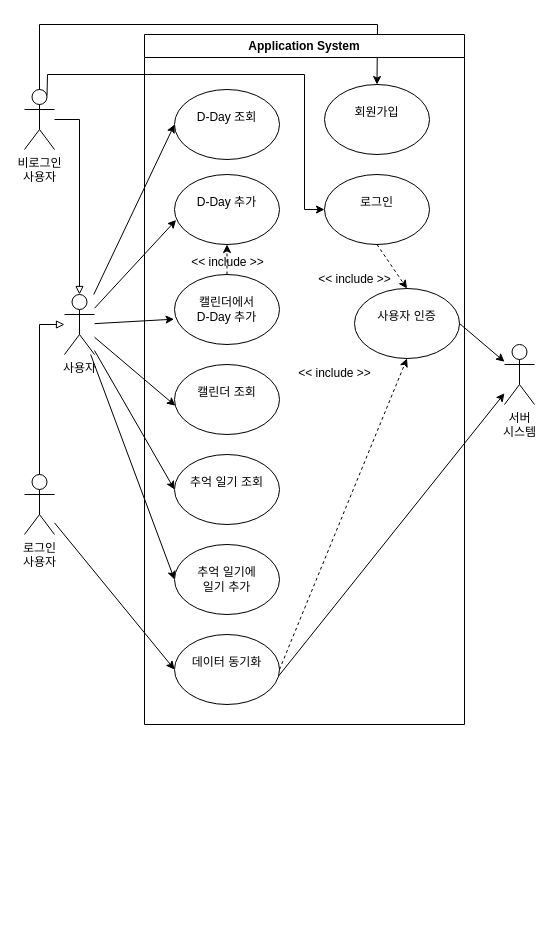
Before: use case diagram.drawio in baechuTree/softwareEngineering, a draw.io diagram. Source tidied: cells renumbered, new cells numbered last; positions are measured from the earlier drawing's top-left corner, leaving out a move shared by most shapes. Both pictures are drawn from the tidied source at 100%, with x=0, y=0 at pixel (24, 24).
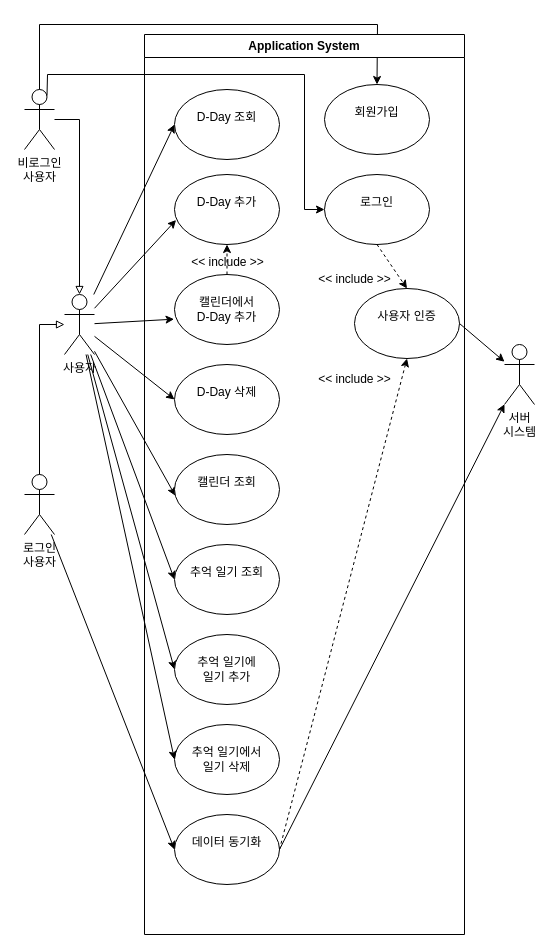
The same page after the edit.

Unchanged cells that the change refers to:
```xml
<mxCell id="3" value="&lt;div&gt;사용자&lt;/div&gt;" style="shape=umlActor;verticalLabelPosition=bottom;verticalAlign=top;html=1;outlineConnect=0;" parent="1" vertex="1">
  <mxGeometry x="40" y="270" width="30" height="60" as="geometry" />
</mxCell>
<mxCell id="11" value="&lt;div&gt;&lt;br&gt;&lt;/div&gt;&lt;div&gt;사용자 인증&lt;/div&gt;" style="ellipse;whiteSpace=wrap;html=1;verticalAlign=top;align=center;" parent="10" vertex="1">
  <mxGeometry x="210" y="254" width="105" height="70" as="geometry" />
</mxCell>
<mxCell id="23" value="서버&lt;div&gt;시스템&lt;/div&gt;" style="shape=umlActor;verticalLabelPosition=bottom;verticalAlign=top;html=1;outlineConnect=0;" parent="1" vertex="1">
  <mxGeometry x="480" y="320" width="30" height="60" as="geometry" />
</mxCell>
```

Change to the diagram source:
```diff
@@
     <mxCell id="10" value="Application System" style="swimlane;whiteSpace=wrap;html=1;" parent="1" vertex="1">
-      <mxGeometry x="120" y="10" width="320" height="690" as="geometry" />
+      <mxGeometry x="120" y="10" width="320" height="900" as="geometry" />
     </mxCell>
@@
     <mxCell id="14" value="&amp;lt;&amp;lt; include &amp;gt;&amp;gt;" style="text;html=1;align=center;verticalAlign=middle;strokeColor=none;fillColor=none;" parent="10" vertex="1">
-      <mxGeometry x="140" y="324" width="100" height="30" as="geometry" />
+      <mxGeometry x="160" y="330" width="100" height="30" as="geometry" />
     </mxCell>
@@
-    <mxCell id="17" value="&lt;div&gt;&lt;br&gt;&lt;/div&gt;&lt;div&gt;캘린더 조회&lt;/div&gt;" style="ellipse;whiteSpace=wrap;html=1;verticalAlign=top;align=center;" parent="10" vertex="1">
-      <mxGeometry x="30" y="330" width="105" height="70" as="geometry" />
-    </mxCell>
-    <mxCell id="18" value="&lt;div&gt;&lt;br&gt;&lt;/div&gt;&lt;div&gt;추억 일기&amp;nbsp;&lt;span style=&quot;background-color: transparent; color: light-dark(rgb(0, 0, 0), rgb(255, 255, 255));&quot;&gt;조회&lt;/span&gt;&lt;/div&gt;" style="ellipse;whiteSpace=wrap;html=1;verticalAlign=top;align=center;" parent="10" vertex="1">
-      <mxGeometry x="30" y="420" width="105" height="70" as="geometry" />
-    </mxCell>
@@
+    <mxCell id="17" value="&lt;div&gt;&lt;br&gt;&lt;/div&gt;&lt;div&gt;캘린더 조회&lt;/div&gt;" style="ellipse;whiteSpace=wrap;html=1;verticalAlign=top;align=center;" parent="10" vertex="1">
+      <mxGeometry x="30" y="420" width="105" height="70" as="geometry" />
+    </mxCell>
+    <mxCell id="18" value="&lt;div&gt;&lt;br&gt;&lt;/div&gt;&lt;div&gt;추억 일기&amp;nbsp;&lt;span style=&quot;background-color: transparent; color: light-dark(rgb(0, 0, 0), rgb(255, 255, 255));&quot;&gt;조회&lt;/span&gt;&lt;/div&gt;" style="ellipse;whiteSpace=wrap;html=1;verticalAlign=top;align=center;" parent="10" vertex="1">
+      <mxGeometry x="30" y="510" width="105" height="70" as="geometry" />
+    </mxCell>
+    <mxCell id="28" value="&lt;div&gt;&lt;br&gt;&lt;/div&gt;&lt;div&gt;데이터 동기화&lt;/div&gt;" style="ellipse;whiteSpace=wrap;html=1;verticalAlign=top;align=center;" parent="10" vertex="1">
+      <mxGeometry x="30" y="780" width="105" height="70" as="geometry" />
+    </mxCell>
+    <mxCell id="29" style="endArrow=classic;html=1;rounded=0;exitX=1;exitY=0.5;exitDx=0;exitDy=0;entryX=0.5;entryY=1;entryDx=0;entryDy=0;dashed=1;" parent="10" edge="1" source="28" target="11">
+      <mxGeometry relative="1" as="geometry" />
+    </mxCell>
+    <mxCell id="30" value="&lt;div&gt;&lt;br&gt;&lt;/div&gt;&lt;div&gt;추억 일기에&lt;/div&gt;&lt;div&gt;일기 추가&lt;/div&gt;" style="ellipse;whiteSpace=wrap;html=1;verticalAlign=top;align=center;" parent="10" vertex="1">
+      <mxGeometry x="30" y="600" width="105" height="70" as="geometry" />
+    </mxCell>
+    <mxCell id="36" value="&lt;div&gt;&lt;br&gt;&lt;/div&gt;&lt;div&gt;&lt;span style=&quot;background-color: transparent; color: light-dark(rgb(0, 0, 0), rgb(255, 255, 255));&quot;&gt;D-Day 삭제&lt;/span&gt;&lt;/div&gt;" style="ellipse;whiteSpace=wrap;html=1;verticalAlign=top;align=center;" parent="10" vertex="1">
+      <mxGeometry x="30" y="330" width="105" height="70" as="geometry" />
+    </mxCell>
+    <mxCell id="37" value="&lt;div&gt;&lt;br&gt;&lt;/div&gt;&lt;div&gt;추억 일기에서&lt;/div&gt;&lt;div&gt;일기 삭제&lt;/div&gt;" style="ellipse;whiteSpace=wrap;html=1;verticalAlign=top;align=center;" parent="10" vertex="1">
+      <mxGeometry x="30" y="690" width="105" height="70" as="geometry" />
+    </mxCell>
@@
-    <mxCell id="24" style="endArrow=classic;html=1;rounded=0;exitX=1;exitY=1;exitDx=0;exitDy=0;" parent="1" edge="1" source="28" target="23">
+    <mxCell id="24" style="endArrow=classic;html=1;rounded=0;exitX=1;exitY=0.5;exitDx=0;exitDy=0;" parent="1" edge="1" source="28" target="23">
       <mxGeometry relative="1" as="geometry" />
     </mxCell>
@@
-    <mxCell id="28" value="&lt;div&gt;&lt;br&gt;&lt;/div&gt;&lt;div&gt;데이터 동기화&lt;/div&gt;" style="ellipse;whiteSpace=wrap;html=1;verticalAlign=top;align=center;" parent="1" vertex="1">
-      <mxGeometry x="150" y="610" width="105" height="70" as="geometry" />
-    </mxCell>
-    <mxCell id="29" style="endArrow=classic;html=1;rounded=0;exitX=1;exitY=0.5;exitDx=0;exitDy=0;entryX=0.5;entryY=1;entryDx=0;entryDy=0;dashed=1;" parent="1" edge="1" source="28" target="11">
-      <mxGeometry relative="1" as="geometry" />
-    </mxCell>
-    <mxCell id="30" value="&lt;div&gt;&lt;br&gt;&lt;/div&gt;&lt;div&gt;추억 일기에&lt;/div&gt;&lt;div&gt;일기 추가&lt;/div&gt;" style="ellipse;whiteSpace=wrap;html=1;verticalAlign=top;align=center;" parent="1" vertex="1">
-      <mxGeometry x="150" y="520" width="105" height="70" as="geometry" />
-    </mxCell>
@@
+    <mxCell id="38" style="endArrow=classic;html=1;rounded=0;entryX=0;entryY=0.5;entryDx=0;entryDy=0;" parent="1" edge="1" source="3" target="37">
+      <mxGeometry relative="1" as="geometry" />
+    </mxCell>
+    <mxCell id="39" style="endArrow=classic;html=1;rounded=0;entryX=0;entryY=0.5;entryDx=0;entryDy=0;" parent="1" edge="1" source="3" target="36">
+      <mxGeometry relative="1" as="geometry" />
+    </mxCell>
```
